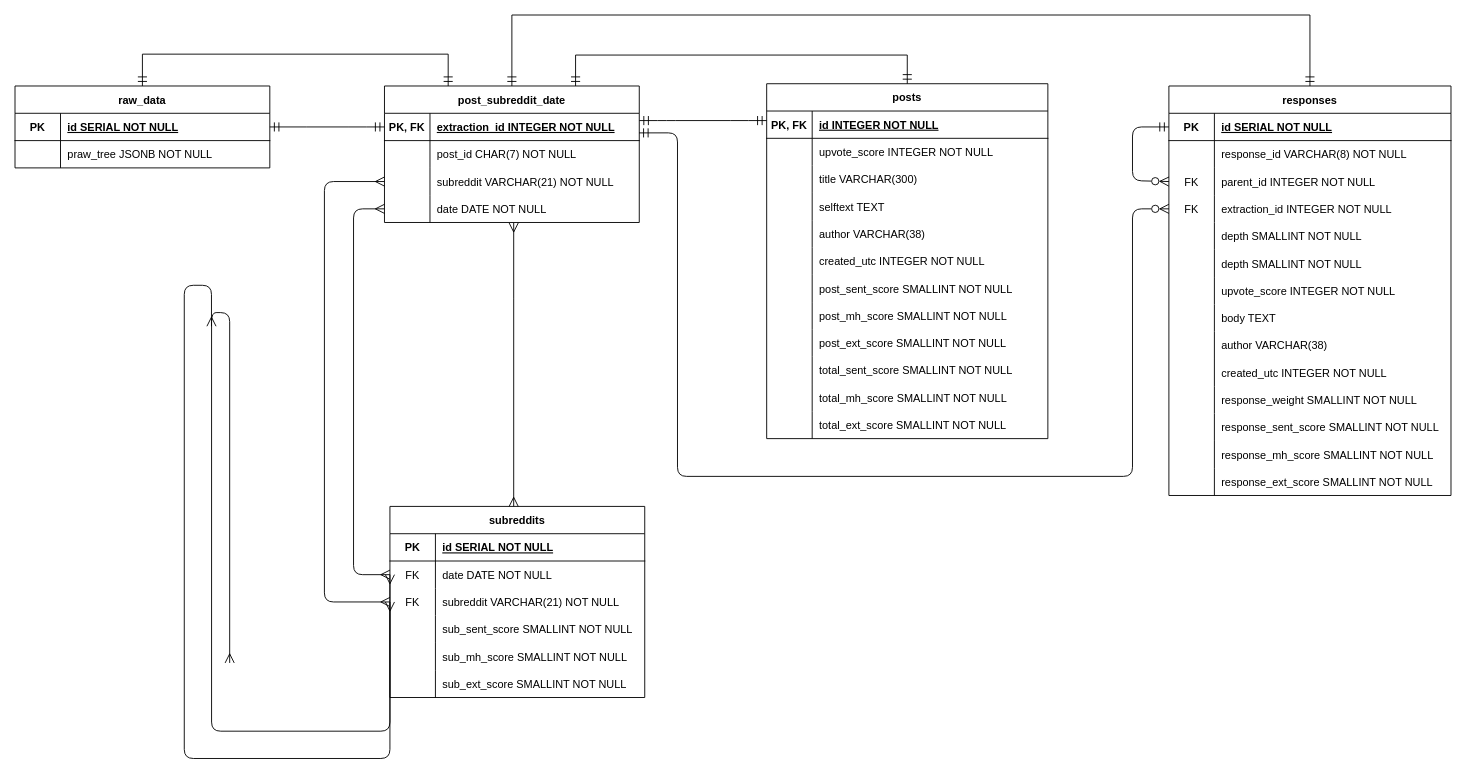
Earlier version of the draw.io diagram assets/ERD.drawio (AustinLowey/social-media-trends-tracker). Source tidied: cells renumbered, new cells numbered last; positions are measured from the earlier drawing's top-left corner, leaving out a move shared by most shapes. Both pictures are drawn from the tidied source at 91%, with x=0, y=0 at pixel (15, 15).
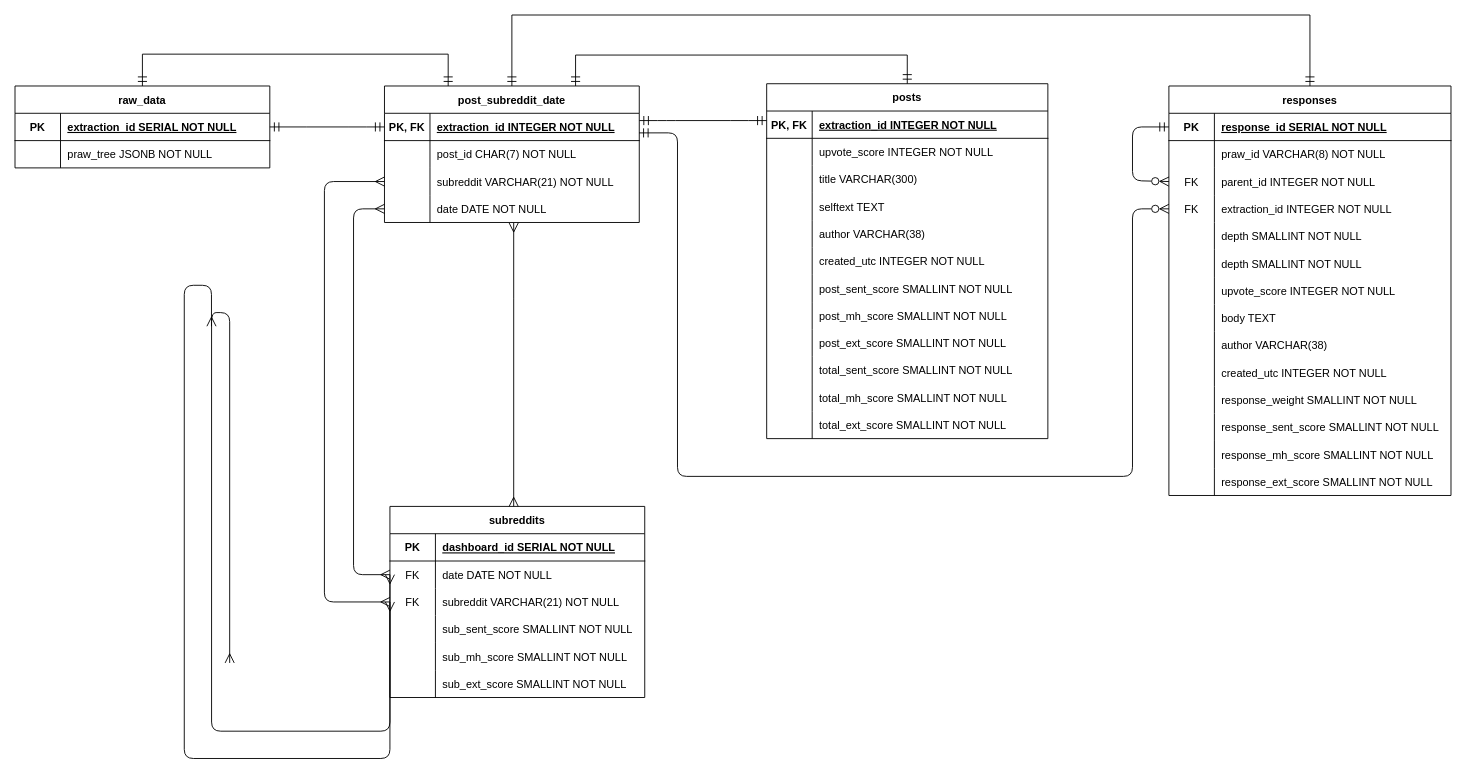
The same diagram, later.

Unchanged cells that the change refers to:
```xml
<mxCell id="4" style="shape=partialRectangle;fillColor=none;points=[[0,0.5],[1,0.5]];portConstraint=eastwest;top=0;left=0;right=0;bottom=1;" parent="3" vertex="1">
  <mxGeometry y="30" width="310" height="30" as="geometry" />
</mxCell>
<mxCell id="7" style="shape=partialRectangle;fillColor=none;top=0;left=0;right=0;bottom=0;" parent="3" vertex="1">
  <mxGeometry y="60" width="310" height="30" as="geometry" />
</mxCell>
<mxCell id="48" style="shape=partialRectangle;fillColor=none;points=[[0,0.5],[1,0.5]];portConstraint=eastwest;top=0;left=0;right=0;bottom=1;" parent="47" vertex="1">
  <mxGeometry y="30" width="280" height="30" as="geometry" />
</mxCell>
<mxCell id="55" style="shape=partialRectangle;fillColor=none;top=0;left=0;right=0;bottom=1;" parent="54" vertex="1">
  <mxGeometry y="30" width="280" height="30" as="geometry" />
</mxCell>
<mxCell id="92" style="shape=partialRectangle;fillColor=none;top=0;left=0;right=0;bottom=1;" parent="91" vertex="1">
  <mxGeometry y="30" width="309" height="30" as="geometry" />
</mxCell>
```

Diff of the diagram source:
```diff
@@
-    <mxCell id="6" value="id SERIAL NOT NULL" style="shape=partialRectangle;overflow=hidden;fillColor=none;top=0;left=0;bottom=0;right=0;align=left;spacingLeft=6;fontStyle=5;" parent="4" vertex="1">
+    <mxCell id="6" value="response_id SERIAL NOT NULL" style="shape=partialRectangle;overflow=hidden;fillColor=none;top=0;left=0;bottom=0;right=0;align=left;spacingLeft=6;fontStyle=5;" parent="4" vertex="1">
       <mxGeometry x="50" width="260" height="30" as="geometry" />
     </mxCell>
@@
-    <mxCell id="9" value="response_id VARCHAR(8) NOT NULL" style="shape=partialRectangle;overflow=hidden;fillColor=none;top=0;left=0;bottom=0;right=0;align=left;spacingLeft=6;" parent="7" vertex="1">
+    <mxCell id="9" value="praw_id VARCHAR(8) NOT NULL" style="shape=partialRectangle;overflow=hidden;fillColor=none;top=0;left=0;bottom=0;right=0;align=left;spacingLeft=6;" parent="7" vertex="1">
       <mxGeometry x="50" width="260" height="30" as="geometry" />
     </mxCell>
@@
-    <mxCell id="50" value="id SERIAL NOT NULL " style="shape=partialRectangle;overflow=hidden;fillColor=none;top=0;left=0;bottom=0;right=0;align=left;spacingLeft=6;fontStyle=5;" parent="48" vertex="1">
+    <mxCell id="50" value="extraction_id SERIAL NOT NULL " style="shape=partialRectangle;overflow=hidden;fillColor=none;top=0;left=0;bottom=0;right=0;align=left;spacingLeft=6;fontStyle=5;" parent="48" vertex="1">
       <mxGeometry x="50" width="230" height="30" as="geometry" />
     </mxCell>
@@
-    <mxCell id="57" value="id SERIAL NOT NULL " style="shape=partialRectangle;overflow=hidden;fillColor=none;top=0;left=0;bottom=0;right=0;align=left;spacingLeft=6;fontStyle=5;" parent="55" vertex="1">
+    <mxCell id="57" value="dashboard_id SERIAL NOT NULL " style="shape=partialRectangle;overflow=hidden;fillColor=none;top=0;left=0;bottom=0;right=0;align=left;spacingLeft=6;fontStyle=5;" parent="55" vertex="1">
       <mxGeometry x="50" width="230" height="30" as="geometry" />
     </mxCell>
@@
-    <mxCell id="94" value="id INTEGER NOT NULL" style="shape=partialRectangle;overflow=hidden;fillColor=none;top=0;left=0;bottom=0;right=0;align=left;spacingLeft=6;fontStyle=5;" parent="92" vertex="1">
+    <mxCell id="94" value="extraction_id INTEGER NOT NULL" style="shape=partialRectangle;overflow=hidden;fillColor=none;top=0;left=0;bottom=0;right=0;align=left;spacingLeft=6;fontStyle=5;" parent="92" vertex="1">
       <mxGeometry x="50" width="259" height="30" as="geometry" />
     </mxCell>
```
